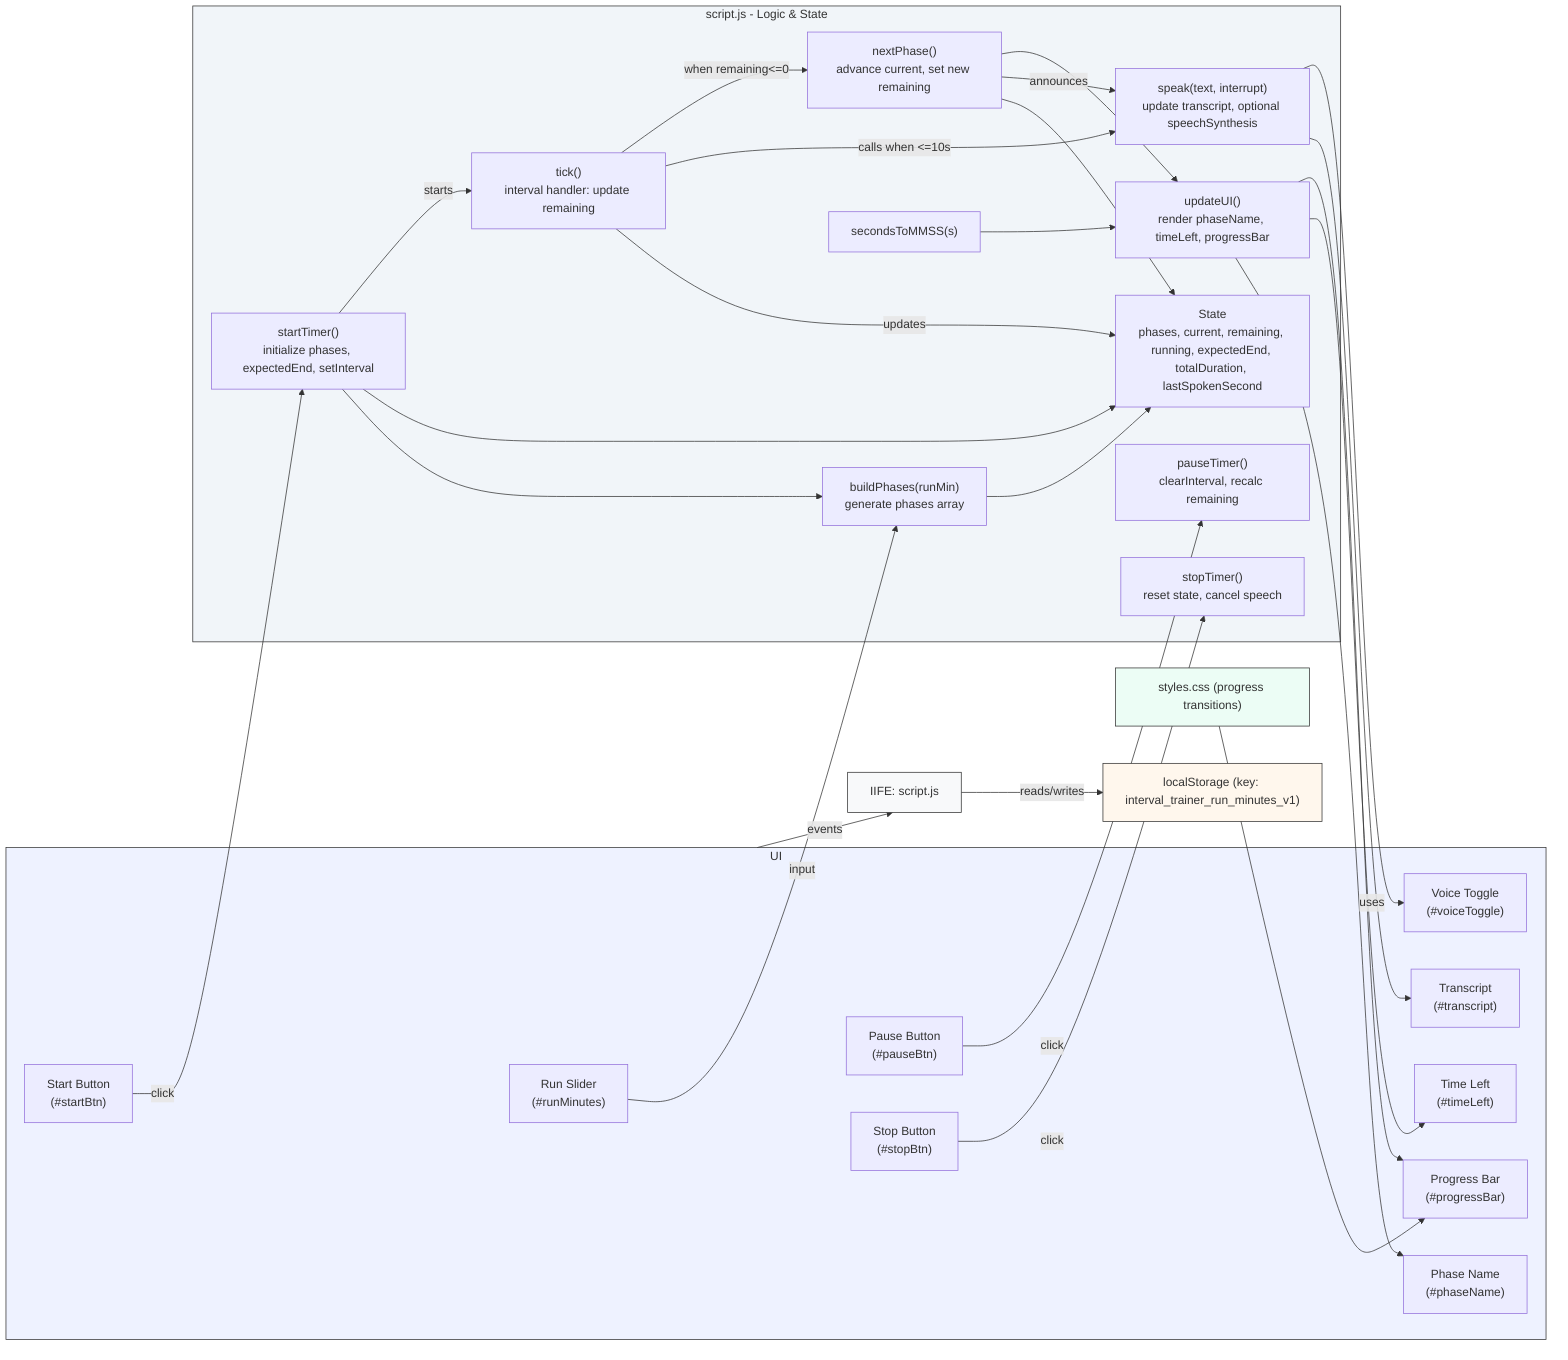
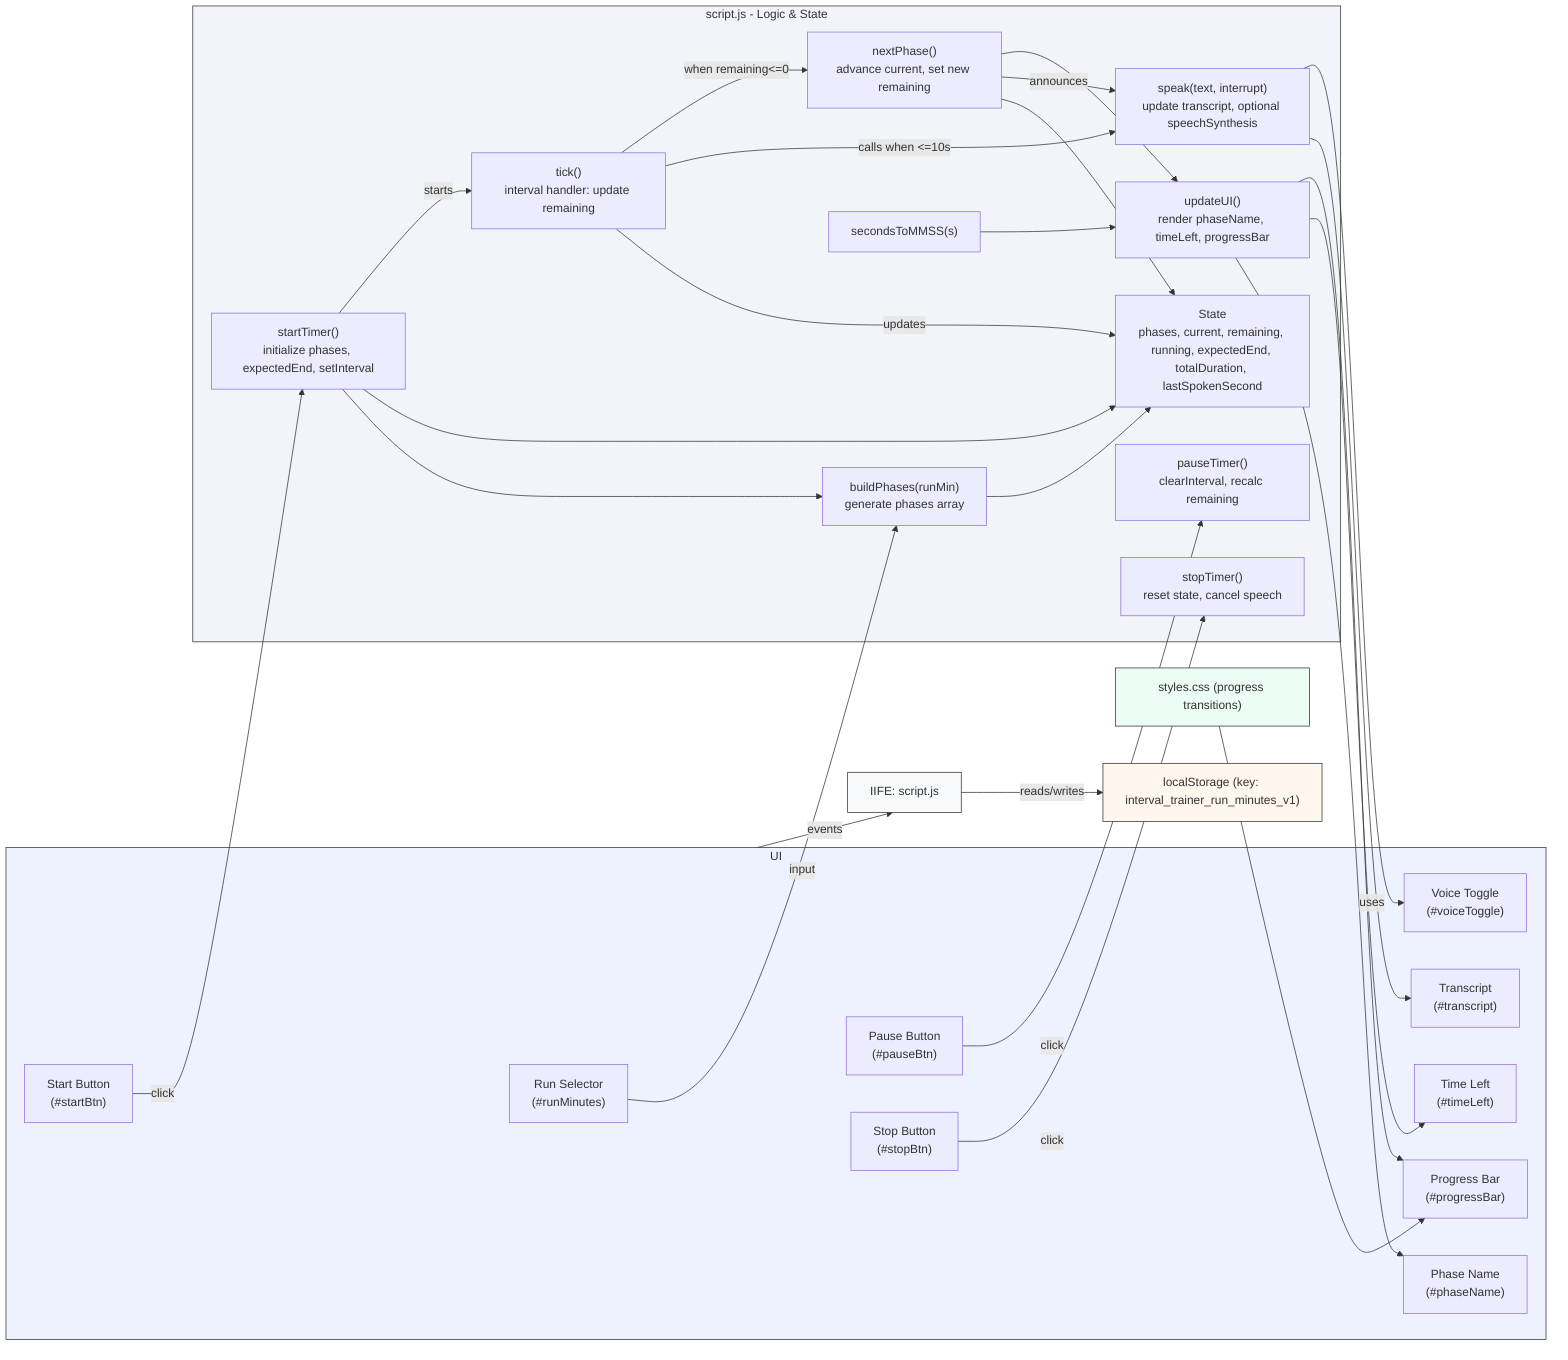
graph LR
  subgraph UI[UI]
-     RunSlider["Run Slider<br/>(#runMinutes)"]
+     RunSelector["Run Selector<br/>(#runMinutes)"]
    StartBtn["Start Button<br/>(#startBtn)"]
    PauseBtn["Pause Button<br/>(#pauseBtn)"]
    StopBtn["Stop Button<br/>(#stopBtn)"]
    VoiceToggle["Voice Toggle<br/>(#voiceToggle)"]
    TranscriptEl["Transcript<br/>(#transcript)"]
    PhaseName["Phase Name<br/>(#phaseName)"]
    TimeLeft["Time Left<br/>(#timeLeft)"]
    ProgressBar["Progress Bar<br/>(#progressBar)"]
  end

  Script["IIFE: script.js"]
  Storage["localStorage (key: interval_trainer_run_minutes_v1)"]
  CSS["styles.css (progress transitions)"]

  UI -->|events| Script
  Script -->|reads/writes| Storage
  CSS --> ProgressBar

  subgraph Logic[script.js - Logic & State]
    State["State\nphases, current, remaining, running, expectedEnd, totalDuration, lastSpokenSecond"]
    BuildPhases["buildPhases(runMin)<br/>generate phases array"]
    StartTimer["startTimer()<br/>initialize phases, expectedEnd, setInterval"]
    PauseTimer["pauseTimer()<br/>clearInterval, recalc remaining"]
    StopTimer["stopTimer()<br/>reset state, cancel speech"]
    Tick["tick()<br/>interval handler: update remaining"]
    NextPhase["nextPhase()<br/>advance current, set new remaining"]
    UpdateUI["updateUI()<br/>render phaseName, timeLeft, progressBar"]
    Speak["speak(text, interrupt)<br/>update transcript, optional speechSynthesis"]
    SecondsFmt["secondsToMMSS(s)"]
  end

  %% Event wiring
  StartBtn -->|click| StartTimer
  PauseBtn -->|click| PauseTimer
  StopBtn -->|click| StopTimer
-   RunSlider -->|input| BuildPhases
+   RunSelector -->|input| BuildPhases

  %% Start flow
  StartTimer --> BuildPhases
  StartTimer --> State
  StartTimer -->|starts| Tick

  %% Tick behavior
  Tick -->|updates| State
  Tick -->|calls when <=10s| Speak
  Tick -->|when remaining<=0| NextPhase
  NextPhase --> State
  NextPhase -->|announces| Speak
  NextPhase --> UpdateUI

  %% UI updates
  UpdateUI --> PhaseName
  UpdateUI --> TimeLeft
  UpdateUI --> ProgressBar
  Speak --> TranscriptEl
  Speak -->|uses| VoiceToggle

  %% utilities
  BuildPhases --> State
  SecondsFmt --> UpdateUI

  style Script fill:#f8f9fa,stroke:#333,stroke-width:1px
  style Logic fill:#f1f5f9,stroke:#333,stroke-width:1px
  style UI fill:#eef2ff,stroke:#333,stroke-width:1px
  style Storage fill:#fff7ed,stroke:#333,stroke-width:1px
  style CSS fill:#ecfdf5,stroke:#333,stroke-width:1px
